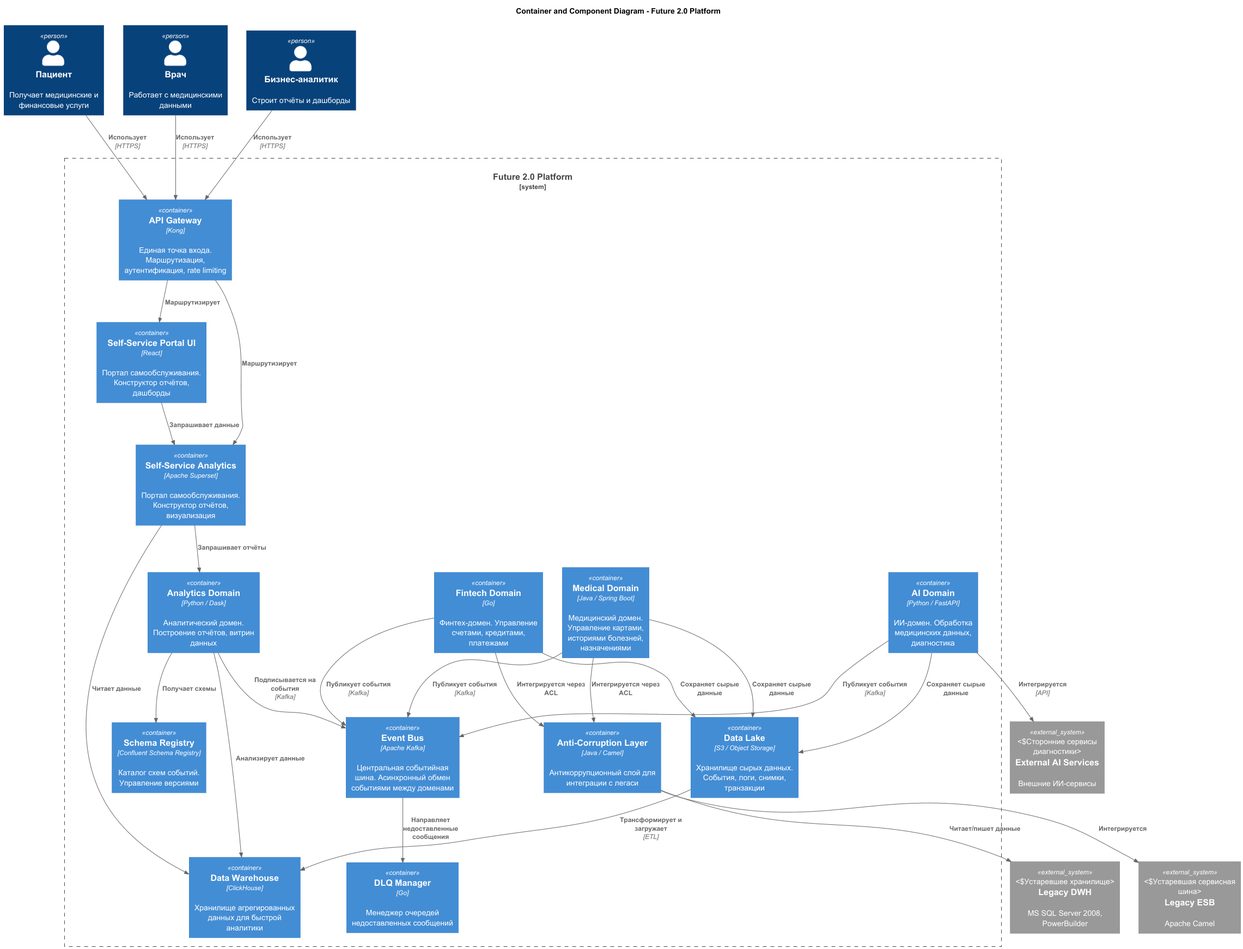
Above: Task3Advanced/C4_diagram.png in winmord/architecture-future_2_0 (PlantUML), before the change.
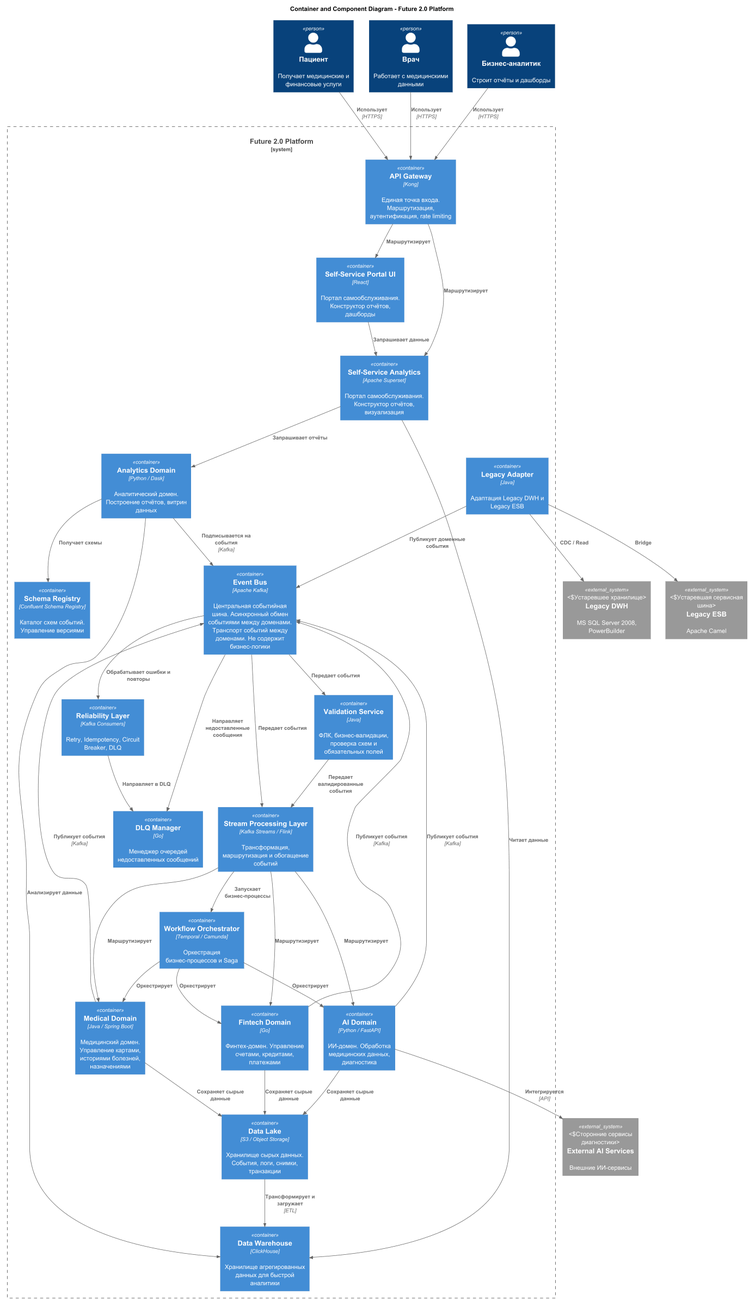
After the change.

Commit message:
fix: change Task 3 diagram

The edit, as a diff of the source:
```diff
@@ -13,7 +13,7 @@
 
     Container(ui_portal, "Self-Service Portal UI", "React", "Портал самообслуживания. Конструктор отчётов, дашборды")
 
-    Container(event_bus, "Event Bus", "Apache Kafka", "Центральная событийная шина. Асинхронный обмен событиями между доменами")
+    Container(event_bus, "Event Bus", "Apache Kafka", "Центральная событийная шина. Асинхронный обмен событиями между доменами. Транспорт событий между доменами. Не содержит бизнес-логики")
 
     Container(domain_medical, "Medical Domain", "Java / Spring Boot", "Медицинский домен. Управление картами, историями болезней, назначениями")
 
@@ -33,7 +33,17 @@
 
     Container(dlq_manager, "DLQ Manager", "Go", "Менеджер очередей недоставленных сообщений")
 
-    Container(anticorruption_layer, "Anti-Corruption Layer", "Java / Camel", "Антикоррупционный слой для интеграции с легаси")
+    Container(legacy_adapter, "Legacy Adapter", "Java", "Адаптация Legacy DWH и Legacy ESB")
+
+    Container(stream_processing, "Stream Processing Layer", "Kafka Streams / Flink", "Потоковая обработка событий. Трансформации, агрегации, enrichment")
+
+    Container(validation_service, "Validation Service", "Java", "ФЛК, бизнес-валидации, проверка схем и обязательных полей")
+
+    Container(workflow_orchestrator, "Workflow Orchestrator", "Temporal / Camunda", "Оркестрация бизнес-процессов и Saga")
+
+    Container(reliability_layer, "Reliability Layer", "Kafka Consumers", "Retry, Idempotency, Circuit Breaker, DLQ")
+
+    Container(stream_processing, "Stream Processing Layer", "Kafka Streams / Flink", "Трансформация, маршрутизация и обогащение событий")
 }
 
 System_Ext(legacy_dwh, "Legacy DWH", "MS SQL Server 2008, PowerBuilder", "Устаревшее хранилище")
@@ -66,10 +76,35 @@
 
 Rel(domain_ai, external_ai, "Интегрируется", "API")
 
-Rel(domain_medical, anticorruption_layer, "Интегрируется через ACL")
-Rel(domain_fintech, anticorruption_layer, "Интегрируется через ACL")
-Rel(anticorruption_layer, legacy_dwh, "Читает/пишет данные")
-Rel(anticorruption_layer, legacy_esb, "Интегрируется")
+Rel(event_bus, validation_service, "Передает события")
+
+Rel(validation_service, stream_processing, "Передает валидированные события")
+
+Rel(stream_processing, workflow_orchestrator, "Запускает бизнес-процессы")
+
+Rel(workflow_orchestrator, domain_medical, "Оркестрирует")
+
+Rel(workflow_orchestrator, domain_fintech, "Оркестрирует")
+
+Rel(workflow_orchestrator, domain_ai, "Оркестрирует")
+
+Rel(event_bus, reliability_layer, "Обрабатывает ошибки и повторы")
+
+Rel(reliability_layer, dlq_manager, "Направляет в DLQ")
+
+Rel(legacy_adapter, legacy_dwh, "CDC / Read")
+
+Rel(legacy_adapter, legacy_esb, "Bridge")
+
+Rel(legacy_adapter, event_bus, "Публикует доменные события")
+
+Rel(event_bus, stream_processing, "Передает события")
+
+Rel(stream_processing, domain_medical, "Маршрутизирует")
+
+Rel(stream_processing, domain_fintech, "Маршрутизирует")
+
+Rel(stream_processing, domain_ai, "Маршрутизирует")
 
 Rel(event_bus, dlq_manager, "Направляет недоставленные сообщения")
 Rel(domain_analytics, schema_registry, "Получает схемы")
```
